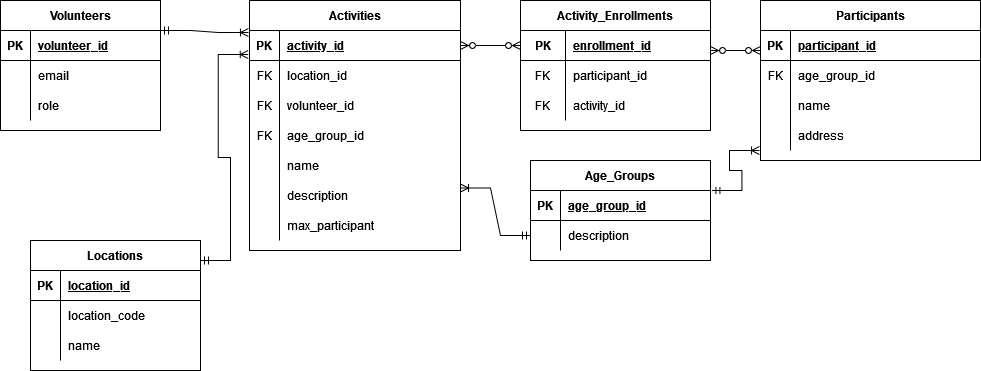
arse0039/340_db keeps this draw.io diagram as 340.drawio.png. Above is the earlier version. Source tidied: cells renumbered, new cells last; positions are measured from the earlier drawing's top-left corner, leaving out a move shared by most shapes.
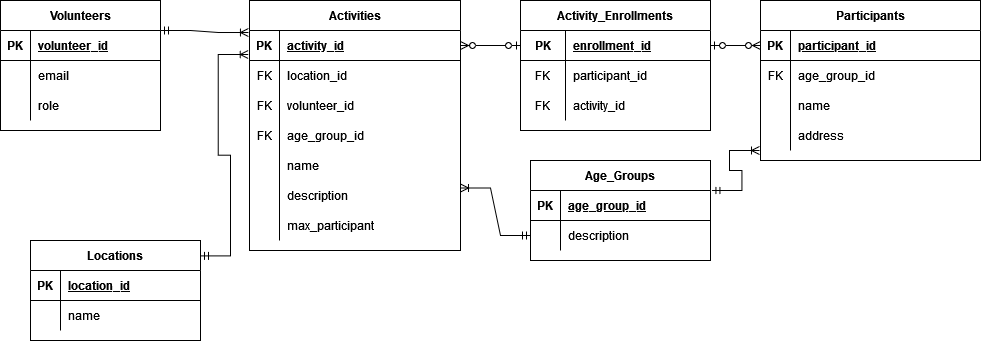
After the commit.

Diff of the diagram source:
```diff
@@ -3,7 +3,7 @@
     <mxCell id="0" />
     <mxCell id="1" parent="0" />
     <mxCell id="2" value="Locations" style="shape=table;startSize=30;rowLines=0;fontStyle=1;align=center;" parent="1" vertex="1">
-      <mxGeometry x="30" y="240" width="170" height="130" as="geometry" />
+      <mxGeometry x="30" y="240" width="170" height="100" as="geometry" />
     </mxCell>
     <mxCell id="3" style="shape=partialRectangle;fillColor=none;top=0;left=0;right=0;bottom=1;" parent="2" vertex="1">
       <mxGeometry y="30" width="170" height="30" as="geometry" />
@@ -14,17 +14,8 @@
     <mxCell id="5" value="location_id" style="shape=partialRectangle;overflow=hidden;fillColor=none;top=0;left=0;bottom=0;right=0;align=left;spacingLeft=6;fontStyle=5;" parent="3" vertex="1">
       <mxGeometry x="30" width="140" height="30" as="geometry" />
     </mxCell>
-    <mxCell id="6" style="shape=partialRectangle;fillColor=none;top=0;left=0;right=0;bottom=0;" parent="2" vertex="1">
-      <mxGeometry y="60" width="170" height="30" as="geometry" />
-    </mxCell>
-    <mxCell id="7" style="shape=partialRectangle;overflow=hidden;fillColor=none;top=0;left=0;bottom=0;right=0;" parent="6" vertex="1">
-      <mxGeometry width="30" height="30" as="geometry" />
-    </mxCell>
-    <mxCell id="8" value="location_code" style="shape=partialRectangle;overflow=hidden;fillColor=none;top=0;left=0;bottom=0;right=0;align=left;spacingLeft=6;" parent="6" vertex="1">
-      <mxGeometry x="30" width="140" height="30" as="geometry" />
-    </mxCell>
     <mxCell id="9" style="shape=partialRectangle;fillColor=none;top=0;left=0;right=0;bottom=0;" parent="2" vertex="1">
-      <mxGeometry y="90" width="170" height="30" as="geometry" />
+      <mxGeometry y="60" width="170" height="30" as="geometry" />
     </mxCell>
     <mxCell id="10" style="shape=partialRectangle;overflow=hidden;fillColor=none;top=0;left=0;bottom=0;right=0;" parent="9" vertex="1">
       <mxGeometry width="30" height="30" as="geometry" />
@@ -229,19 +220,16 @@
     <mxCell id="76" style="edgeStyle=entityRelationEdgeStyle;fontSize=12;html=1;endArrow=ERoneToMany;startArrow=ERmandOne;rounded=0;exitX=0;exitY=0.5;exitDx=0;exitDy=0;entryX=1;entryY=0.75;entryDx=0;entryDy=0;" parent="1" edge="1" source="26" target="52">
       <mxGeometry relative="1" as="geometry" />
     </mxCell>
-    <mxCell id="77" style="edgeStyle=entityRelationEdgeStyle;fontSize=12;html=1;endArrow=ERzeroToMany;endFill=1;startArrow=ERzeroToMany;rounded=0;" parent="1" edge="1">
-      <mxGeometry relative="1" as="geometry">
-        <mxPoint x="710" y="50" as="sourcePoint" />
-        <mxPoint x="760" y="50" as="targetPoint" />
-      </mxGeometry>
-    </mxCell>
-    <mxCell id="78" style="edgeStyle=entityRelationEdgeStyle;fontSize=12;html=1;endArrow=ERzeroToMany;endFill=1;startArrow=ERzeroToMany;rounded=0;entryX=0;entryY=0.5;entryDx=0;entryDy=0;exitX=1;exitY=0.5;exitDx=0;exitDy=0;" parent="1" edge="1" source="53" target="30">
-      <mxGeometry relative="1" as="geometry" />
-    </mxCell>
     <mxCell id="79" style="edgeStyle=entityRelationEdgeStyle;fontSize=12;html=1;endArrow=ERoneToMany;startArrow=ERmandOne;rounded=0;entryX=-0.005;entryY=0.067;entryDx=0;entryDy=0;entryPerimeter=0;" parent="1" edge="1" target="53">
       <mxGeometry relative="1" as="geometry">
         <mxPoint x="160" y="30" as="sourcePoint" />
       </mxGeometry>
     </mxCell>
+    <mxCell id="80" style="edgeStyle=entityRelationEdgeStyle;fontSize=12;html=1;endArrow=ERzeroToMany;startArrow=ERzeroToOne;rounded=0;entryX=0;entryY=0.5;entryDx=0;entryDy=0;exitX=1;exitY=0.5;exitDx=0;exitDy=0;" parent="1" edge="1" source="30" target="40">
+      <mxGeometry relative="1" as="geometry" />
+    </mxCell>
+    <mxCell id="81" style="edgeStyle=entityRelationEdgeStyle;fontSize=12;html=1;endArrow=ERzeroToMany;startArrow=ERzeroToOne;rounded=0;exitX=0;exitY=0.5;exitDx=0;exitDy=0;entryX=1;entryY=0.5;entryDx=0;entryDy=0;" parent="1" edge="1" source="30" target="53">
+      <mxGeometry relative="1" as="geometry" />
+    </mxCell>
   </root>
 </mxGraphModel>
```
